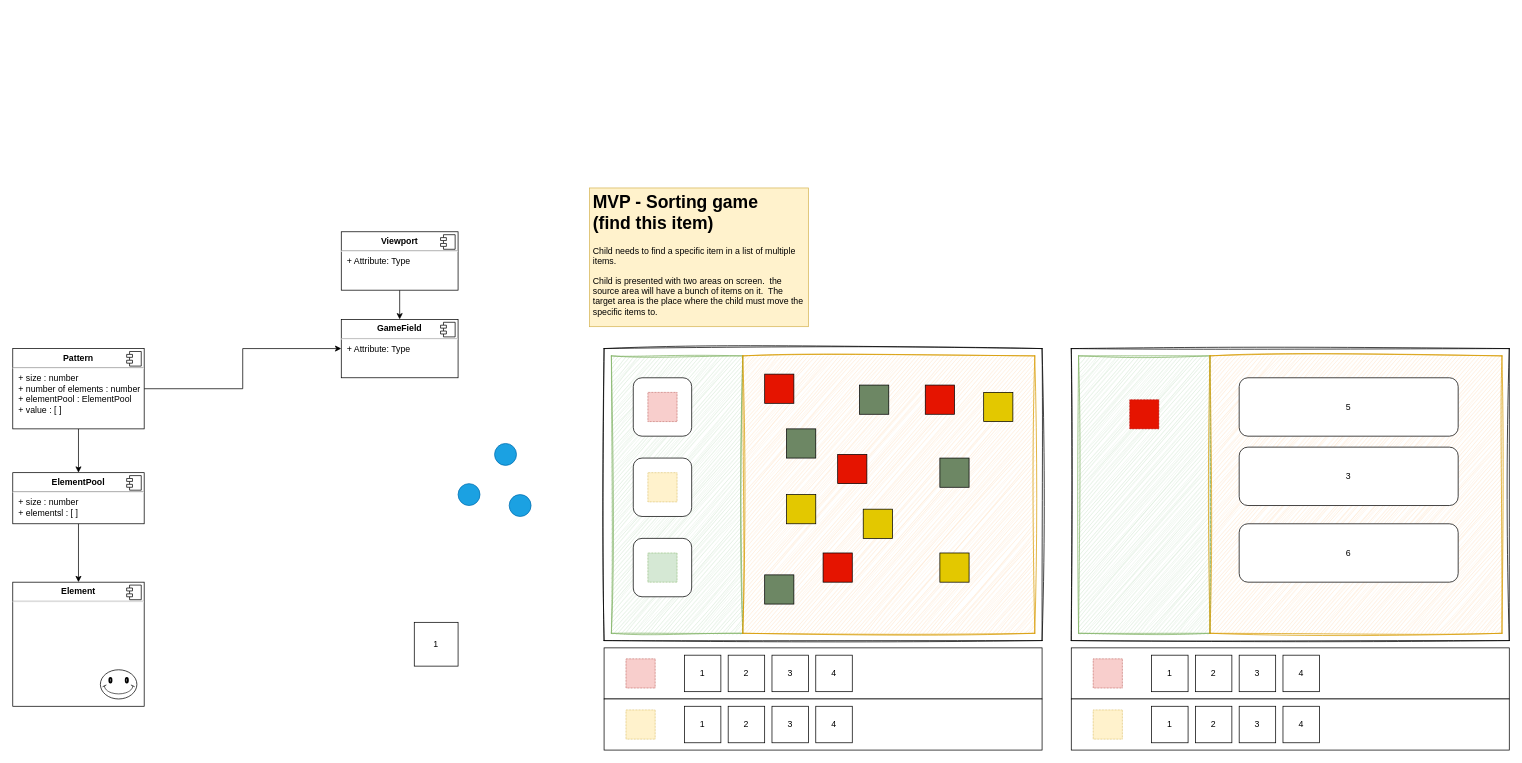
The draw.io diagram page "Patterns game" (1 of 2) of smallthingscount.drawio in maddog1138/diagrams, before the edit. Source tidied: cells renumbered, new cells numbered last; positions are measured from the earlier drawing's top-left corner, leaving out a move shared by most shapes. Both pictures are drawn from the tidied source at 73%, with x=0, y=0 at pixel (12, 188).
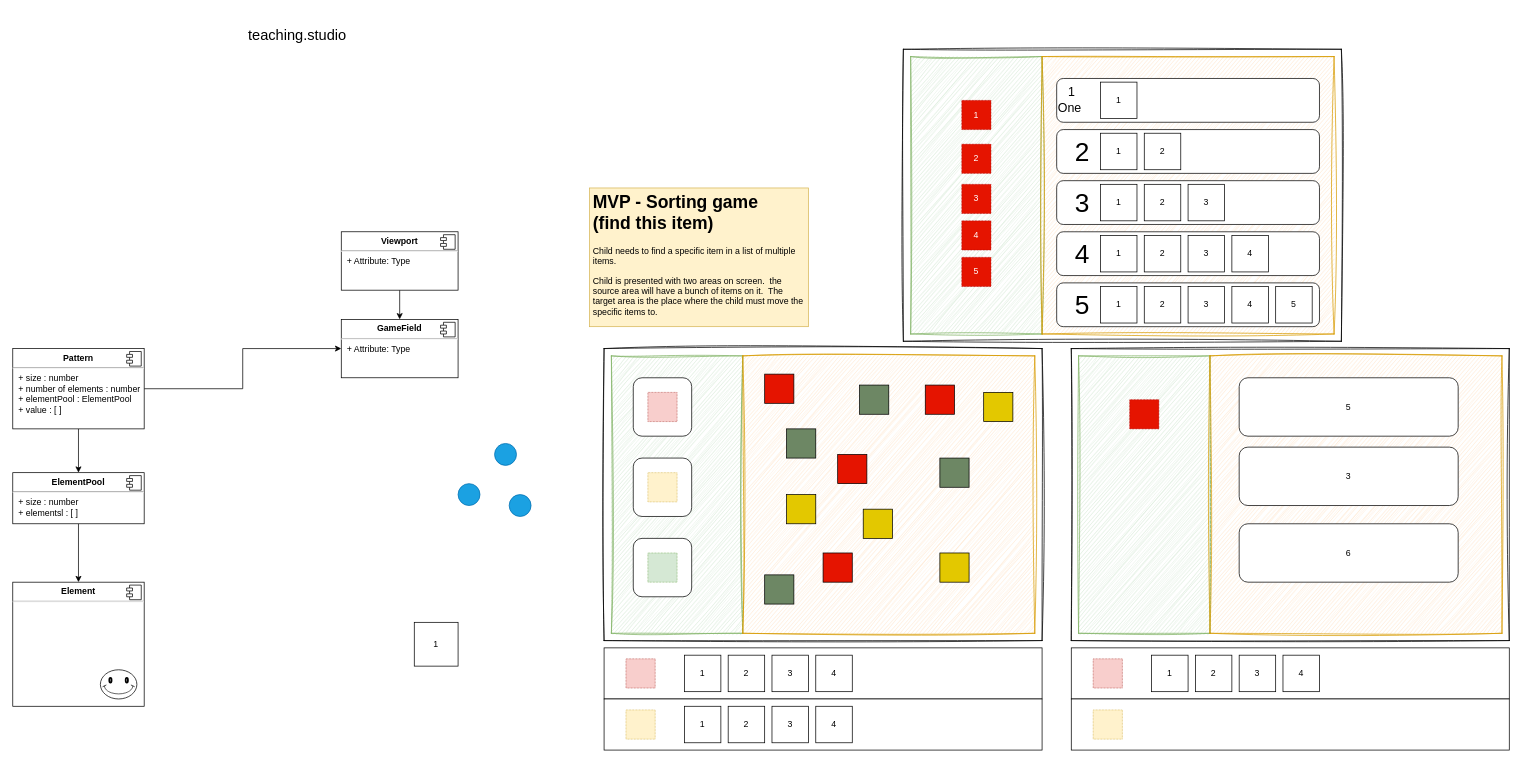
Above is the later version.

Change to the diagram source:
```diff
@@
+    <mxCell id="71" style="rounded=0;whiteSpace=wrap;html=1;dashed=1;strokeWidth=1;dashPattern=1 1;fillColor=#fff2cc;strokeColor=#d6b656;" parent="1" vertex="1">
+      <mxGeometry x="1480" y="715" width="40" height="40" as="geometry" />
+    </mxCell>
+    <mxCell id="72" value="3" style="rounded=1;whiteSpace=wrap;html=1;" parent="1" vertex="1">
+      <mxGeometry x="1680" y="355" width="300" height="80" as="geometry" />
+    </mxCell>
+    <mxCell id="73" value="6" style="rounded=1;whiteSpace=wrap;html=1;" parent="1" vertex="1">
+      <mxGeometry x="1680" y="460" width="300" height="80" as="geometry" />
+    </mxCell>
+    <mxCell id="74" style="rounded=0;whiteSpace=wrap;html=1;sketch=1;curveFitting=1;jiggle=2;fillStyle=auto;" parent="1" vertex="1">
+      <mxGeometry x="1220" y="-190" width="600" height="400" as="geometry" />
+    </mxCell>
+    <mxCell id="75" style="rounded=0;whiteSpace=wrap;html=1;sketch=1;curveFitting=1;jiggle=2;fillColor=#d5e8d4;strokeColor=#82b366;" parent="1" vertex="1">
+      <mxGeometry x="1230" y="-180" width="180" height="380" as="geometry" />
+    </mxCell>
+    <mxCell id="76" style="rounded=0;whiteSpace=wrap;html=1;sketch=1;curveFitting=1;jiggle=2;fillColor=#ffe6cc;strokeColor=#d79b00;" parent="1" vertex="1">
+      <mxGeometry x="1410" y="-180" width="400" height="380" as="geometry" />
+    </mxCell>
+    <mxCell id="77" value="&lt;font style=&quot;font-size: 17px;&quot;&gt;&amp;nbsp;&lt;font style=&quot;font-size: 17px;&quot;&gt;&amp;nbsp; 1&lt;br&gt;One&lt;br&gt;&lt;/font&gt;&lt;/font&gt;" style="rounded=1;whiteSpace=wrap;html=1;align=left;verticalAlign=middle;" parent="1" vertex="1">
+      <mxGeometry x="1430" y="-150" width="360" height="60" as="geometry" />
+    </mxCell>
+    <mxCell id="78" value="1" style="rounded=0;whiteSpace=wrap;html=1;dashed=1;strokeWidth=1;dashPattern=1 1;fillColor=#e51400;strokeColor=#B20000;fontColor=#ffffff;" parent="1" vertex="1">
+      <mxGeometry x="1300" y="-120" width="40" height="40" as="geometry" />
+    </mxCell>
+    <mxCell id="79" value="&amp;nbsp;&lt;font style=&quot;font-size: 36px;&quot;&gt;&amp;nbsp; 2&lt;/font&gt;" style="rounded=1;whiteSpace=wrap;html=1;align=left;verticalAlign=middle;" parent="1" vertex="1">
+      <mxGeometry x="1430" y="-80" width="360" height="60" as="geometry" />
+    </mxCell>
+    <mxCell id="80" value="&amp;nbsp;&lt;font style=&quot;font-size: 36px;&quot;&gt;&amp;nbsp; 3&lt;/font&gt;" style="rounded=1;whiteSpace=wrap;html=1;align=left;verticalAlign=middle;" parent="1" vertex="1">
+      <mxGeometry x="1430" y="-10" width="360" height="60" as="geometry" />
+    </mxCell>
+    <mxCell id="81" value="&amp;nbsp;&lt;font style=&quot;font-size: 36px;&quot;&gt;&amp;nbsp; 4&lt;/font&gt;" style="rounded=1;whiteSpace=wrap;html=1;align=left;verticalAlign=middle;" parent="1" vertex="1">
+      <mxGeometry x="1430" y="60" width="360" height="60" as="geometry" />
+    </mxCell>
+    <mxCell id="82" value="&amp;nbsp;&lt;font style=&quot;font-size: 36px;&quot;&gt;&amp;nbsp; 5&lt;/font&gt;" style="rounded=1;whiteSpace=wrap;html=1;align=left;verticalAlign=middle;" parent="1" vertex="1">
+      <mxGeometry x="1430" y="130" width="360" height="60" as="geometry" />
+    </mxCell>
     <mxCell id="67" value="1" style="rounded=0;whiteSpace=wrap;html=1;" parent="1" vertex="1">
-      <mxGeometry x="1560" y="710" width="50" height="50" as="geometry" />
+      <mxGeometry x="1490" y="65" width="50" height="50" as="geometry" />
     </mxCell>
     <mxCell id="68" value="2" style="rounded=0;whiteSpace=wrap;html=1;" parent="1" vertex="1">
-      <mxGeometry x="1620" y="710" width="50" height="50" as="geometry" />
+      <mxGeometry x="1550" y="65" width="50" height="50" as="geometry" />
     </mxCell>
     <mxCell id="69" value="3" style="rounded=0;whiteSpace=wrap;html=1;" parent="1" vertex="1">
-      <mxGeometry x="1680" y="710" width="50" height="50" as="geometry" />
+      <mxGeometry x="1610" y="65" width="50" height="50" as="geometry" />
     </mxCell>
     <mxCell id="70" value="4" style="rounded=0;whiteSpace=wrap;html=1;" parent="1" vertex="1">
-      <mxGeometry x="1740" y="710" width="50" height="50" as="geometry" />
+      <mxGeometry x="1670" y="65" width="50" height="50" as="geometry" />
     </mxCell>
-    <mxCell id="71" style="rounded=0;whiteSpace=wrap;html=1;dashed=1;strokeWidth=1;dashPattern=1 1;fillColor=#fff2cc;strokeColor=#d6b656;" parent="1" vertex="1">
-      <mxGeometry x="1480" y="715" width="40" height="40" as="geometry" />
-    </mxCell>
-    <mxCell id="72" value="3" style="rounded=1;whiteSpace=wrap;html=1;" parent="1" vertex="1">
-      <mxGeometry x="1680" y="355" width="300" height="80" as="geometry" />
-    </mxCell>
-    <mxCell id="73" value="6" style="rounded=1;whiteSpace=wrap;html=1;" parent="1" vertex="1">
-      <mxGeometry x="1680" y="460" width="300" height="80" as="geometry" />
-    </mxCell>
+    <mxCell id="83" value="1" style="rounded=0;whiteSpace=wrap;html=1;" parent="1" vertex="1">
+      <mxGeometry x="1490" y="-5" width="50" height="50" as="geometry" />
+    </mxCell>
+    <mxCell id="84" value="2" style="rounded=0;whiteSpace=wrap;html=1;" parent="1" vertex="1">
+      <mxGeometry x="1550" y="-5" width="50" height="50" as="geometry" />
+    </mxCell>
+    <mxCell id="85" value="3" style="rounded=0;whiteSpace=wrap;html=1;" parent="1" vertex="1">
+      <mxGeometry x="1610" y="-5" width="50" height="50" as="geometry" />
+    </mxCell>
+    <mxCell id="86" value="1" style="rounded=0;whiteSpace=wrap;html=1;" parent="1" vertex="1">
+      <mxGeometry x="1490" y="-75" width="50" height="50" as="geometry" />
+    </mxCell>
+    <mxCell id="87" value="2" style="rounded=0;whiteSpace=wrap;html=1;" parent="1" vertex="1">
+      <mxGeometry x="1550" y="-75" width="50" height="50" as="geometry" />
+    </mxCell>
+    <mxCell id="88" value="1" style="rounded=0;whiteSpace=wrap;html=1;" parent="1" vertex="1">
+      <mxGeometry x="1490" y="-145" width="50" height="50" as="geometry" />
+    </mxCell>
+    <mxCell id="89" value="1" style="rounded=0;whiteSpace=wrap;html=1;" parent="1" vertex="1">
+      <mxGeometry x="1490" y="135" width="50" height="50" as="geometry" />
+    </mxCell>
+    <mxCell id="90" value="2" style="rounded=0;whiteSpace=wrap;html=1;" parent="1" vertex="1">
+      <mxGeometry x="1550" y="135" width="50" height="50" as="geometry" />
+    </mxCell>
+    <mxCell id="91" value="3" style="rounded=0;whiteSpace=wrap;html=1;" parent="1" vertex="1">
+      <mxGeometry x="1610" y="135" width="50" height="50" as="geometry" />
+    </mxCell>
+    <mxCell id="92" value="4" style="rounded=0;whiteSpace=wrap;html=1;" parent="1" vertex="1">
+      <mxGeometry x="1670" y="135" width="50" height="50" as="geometry" />
+    </mxCell>
+    <mxCell id="93" value="5" style="rounded=0;whiteSpace=wrap;html=1;" parent="1" vertex="1">
+      <mxGeometry x="1730" y="135" width="50" height="50" as="geometry" />
+    </mxCell>
+    <mxCell id="94" value="2" style="rounded=0;whiteSpace=wrap;html=1;dashed=1;strokeWidth=1;dashPattern=1 1;fillColor=#e51400;strokeColor=#B20000;fontColor=#ffffff;" parent="1" vertex="1">
+      <mxGeometry x="1300" y="-60" width="40" height="40" as="geometry" />
+    </mxCell>
+    <mxCell id="95" value="3" style="rounded=0;whiteSpace=wrap;html=1;dashed=1;strokeWidth=1;dashPattern=1 1;fillColor=#e51400;strokeColor=#B20000;fontColor=#ffffff;" parent="1" vertex="1">
+      <mxGeometry x="1300" y="-5" width="40" height="40" as="geometry" />
+    </mxCell>
+    <mxCell id="96" value="4" style="rounded=0;whiteSpace=wrap;html=1;dashed=1;strokeWidth=1;dashPattern=1 1;fillColor=#e51400;strokeColor=#B20000;fontColor=#ffffff;" parent="1" vertex="1">
+      <mxGeometry x="1300" y="45" width="40" height="40" as="geometry" />
+    </mxCell>
+    <mxCell id="97" value="5" style="rounded=0;whiteSpace=wrap;html=1;dashed=1;strokeWidth=1;dashPattern=1 1;fillColor=#e51400;strokeColor=#B20000;fontColor=#ffffff;" parent="1" vertex="1">
+      <mxGeometry x="1300" y="95" width="40" height="40" as="geometry" />
+    </mxCell>
+    <mxCell id="98" value="teaching.studio" style="text;html=1;strokeColor=none;fillColor=none;align=center;verticalAlign=middle;whiteSpace=wrap;rounded=0;fontSize=20;" parent="1" vertex="1">
+      <mxGeometry x="210" y="-240" width="360" height="60" as="geometry" />
+    </mxCell>
```
